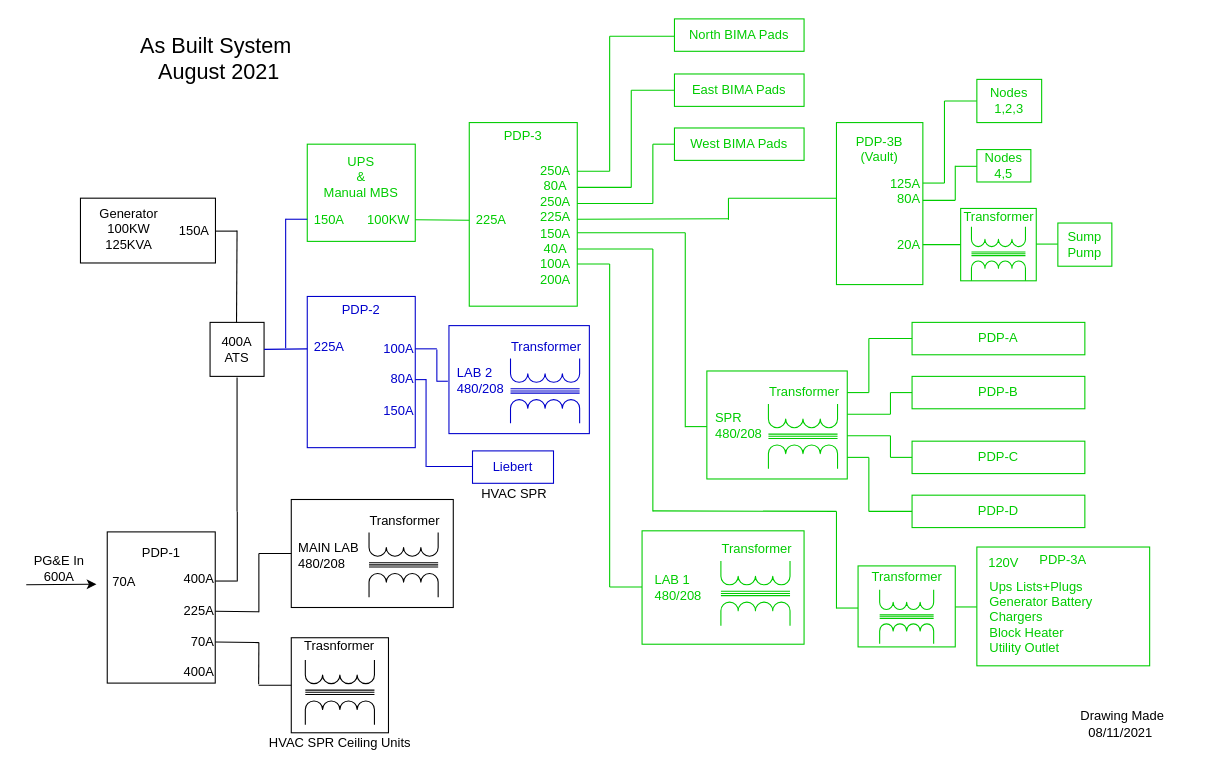
SETIatHCRO/Front-Page keeps this draw.io diagram as HVAC-Signal-Processing-Room/HCRO Main Power Distribution.drawio. Above is the earlier version. Source tidied: cells renumbered, new cells numbered last; positions are measured from the earlier drawing's top-left corner, leaving out a move shared by most shapes. Both pictures are drawn from the tidied source at 108%, with x=0, y=0 at pixel (26, 18).
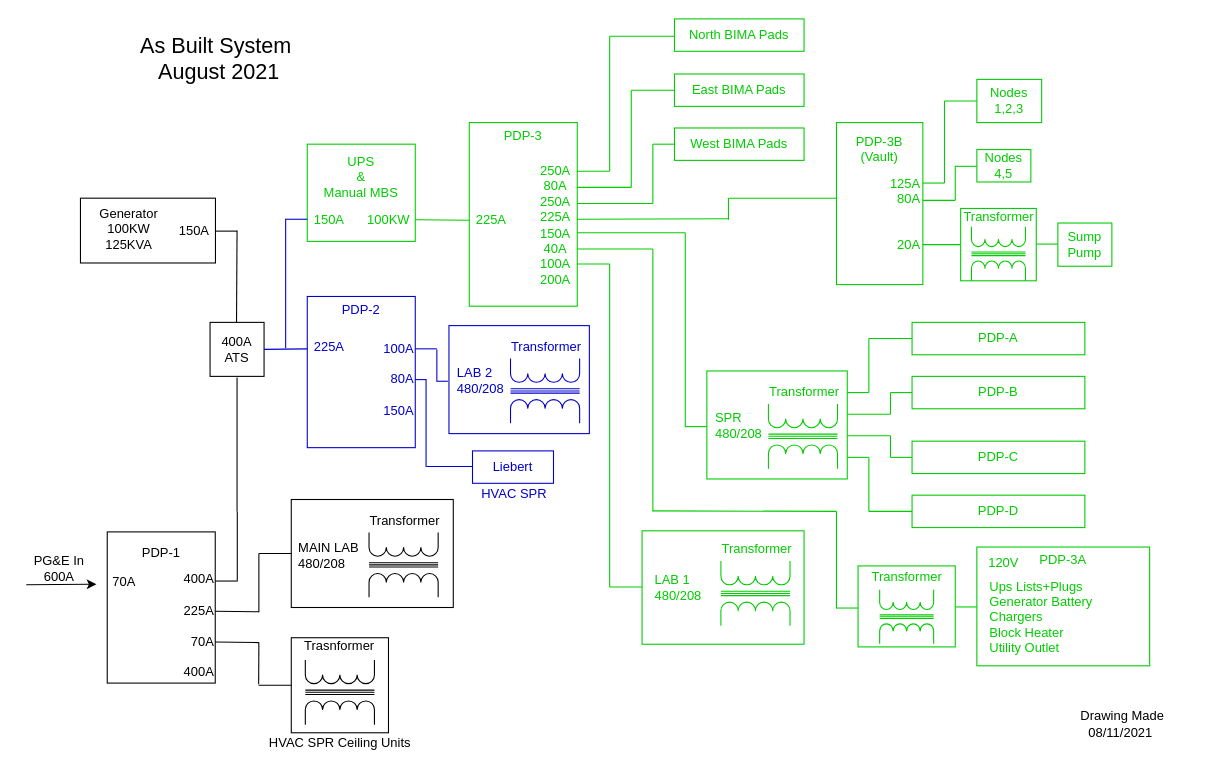
The same diagram, later.

Commit message (it also covers changes not shown here):
Current Power Diagram fixes

Change to the diagram source:
```diff
@@
-    <mxCell id="128" value="HVAC SPR&amp;nbsp;" style="text;html=1;align=center;verticalAlign=middle;strokeColor=none;" parent="1" vertex="1">
+    <mxCell id="128" value="&lt;font color=&quot;#0000cc&quot;&gt;HVAC SPR&amp;nbsp;&lt;/font&gt;" style="text;html=1;align=center;verticalAlign=middle;strokeColor=none;" parent="1" vertex="1">
       <mxGeometry x="413" y="430" width="80" height="20" as="geometry" />
     </mxCell>
```
